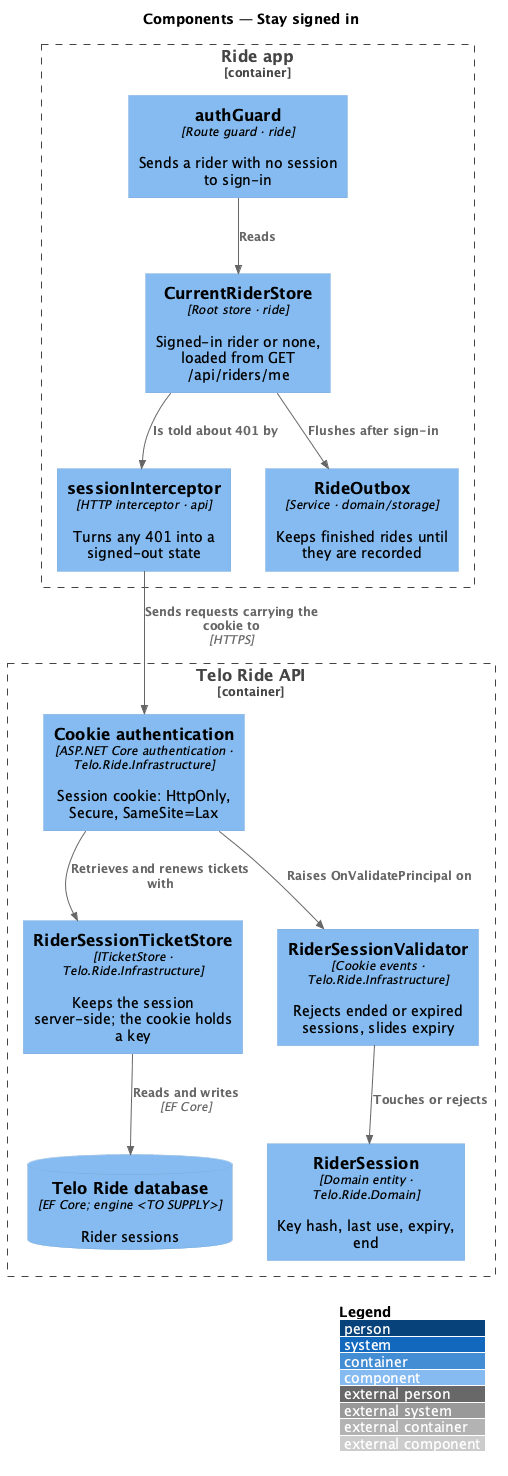
QuinntyneBrown/ride-one keeps this PlantUML diagram as docs/detailed-designs/accounts/stay-signed-in/diagrams/c4-component.png. Above is the earlier version. The source it was exported from:
```plantuml
@startuml
!include <C4/C4_Component>
LAYOUT_WITH_LEGEND()
title Components — Stay signed in
Container_Boundary(app, "Ride app") {
  Component(current, "CurrentRiderStore", "Root store · ride", "Signed-in rider or none, loaded from GET /api/riders/me")
  Component(interceptor, "sessionInterceptor", "HTTP interceptor · api", "Turns any 401 into a signed-out state")
  Component(guard, "authGuard", "Route guard · ride", "Sends a rider with no session to sign-in")
  Component(outbox, "RideOutbox", "Service · domain/storage", "Keeps finished rides until they are recorded")
}
Container_Boundary(api, "Telo Ride API") {
  Component(cookie, "Cookie authentication", "ASP.NET Core authentication · Telo.Ride.Infrastructure", "Session cookie: HttpOnly, Secure, SameSite=Lax")
  Component(store, "RiderSessionTicketStore", "ITicketStore · Telo.Ride.Infrastructure", "Keeps the session server-side; the cookie holds a key")
  Component(validator, "RiderSessionValidator", "Cookie events · Telo.Ride.Infrastructure", "Rejects ended or expired sessions, slides expiry")
  Component(session, "RiderSession", "Domain entity · Telo.Ride.Domain", "Key hash, last use, expiry, end")
  ComponentDb(db, "Telo Ride database", "EF Core; engine <TO SUPPLY>", "Rider sessions")
}
Rel(current, interceptor, "Is told about 401 by")
Rel(guard, current, "Reads")
Rel(current, outbox, "Flushes after sign-in")
Rel(interceptor, cookie, "Sends requests carrying the cookie to", "HTTPS")
Rel(cookie, store, "Retrieves and renews tickets with")
Rel(cookie, validator, "Raises OnValidatePrincipal on")
Rel(validator, session, "Touches or rejects")
Rel(store, db, "Reads and writes", "EF Core")
@enduml
```
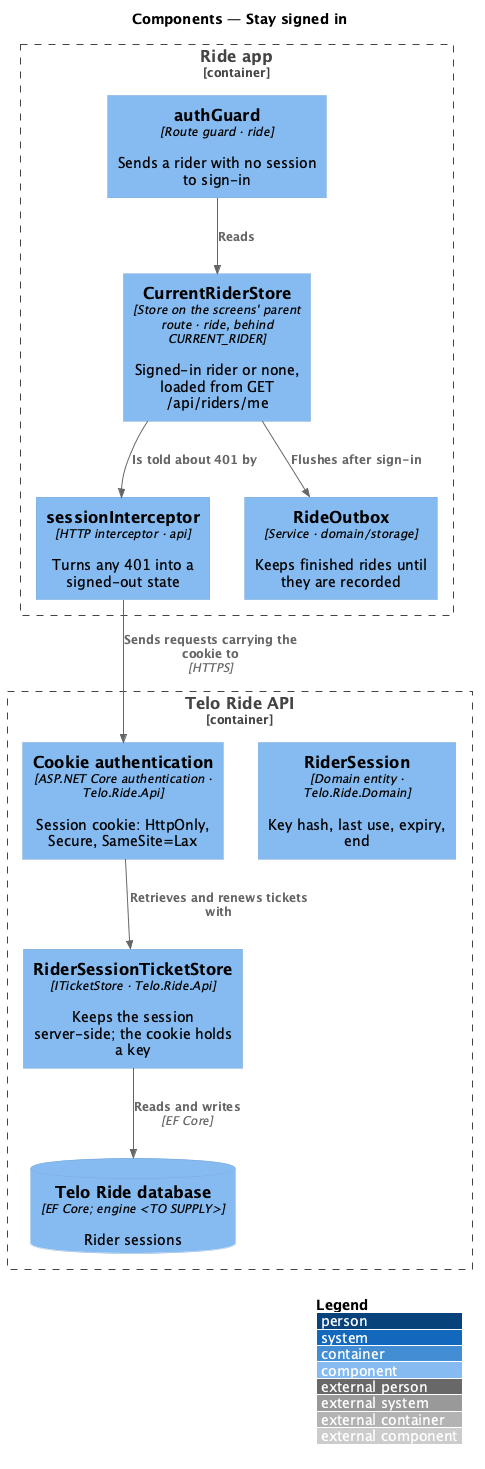
The same file after the commit.

Diff of the diagram source:
```diff
@@ -3,15 +3,14 @@
 LAYOUT_WITH_LEGEND()
 title Components — Stay signed in
 Container_Boundary(app, "Ride app") {
-  Component(current, "CurrentRiderStore", "Root store · ride", "Signed-in rider or none, loaded from GET /api/riders/me")
+  Component(current, "CurrentRiderStore", "Store on the screens' parent route · ride, behind CURRENT_RIDER", "Signed-in rider or none, loaded from GET /api/riders/me")
   Component(interceptor, "sessionInterceptor", "HTTP interceptor · api", "Turns any 401 into a signed-out state")
   Component(guard, "authGuard", "Route guard · ride", "Sends a rider with no session to sign-in")
   Component(outbox, "RideOutbox", "Service · domain/storage", "Keeps finished rides until they are recorded")
 }
 Container_Boundary(api, "Telo Ride API") {
-  Component(cookie, "Cookie authentication", "ASP.NET Core authentication · Telo.Ride.Infrastructure", "Session cookie: HttpOnly, Secure, SameSite=Lax")
-  Component(store, "RiderSessionTicketStore", "ITicketStore · Telo.Ride.Infrastructure", "Keeps the session server-side; the cookie holds a key")
-  Component(validator, "RiderSessionValidator", "Cookie events · Telo.Ride.Infrastructure", "Rejects ended or expired sessions, slides expiry")
+  Component(cookie, "Cookie authentication", "ASP.NET Core authentication · Telo.Ride.Api", "Session cookie: HttpOnly, Secure, SameSite=Lax")
+  Component(store, "RiderSessionTicketStore", "ITicketStore · Telo.Ride.Api", "Keeps the session server-side; the cookie holds a key")
   Component(session, "RiderSession", "Domain entity · Telo.Ride.Domain", "Key hash, last use, expiry, end")
   ComponentDb(db, "Telo Ride database", "EF Core; engine <TO SUPPLY>", "Rider sessions")
 }
@@ -20,7 +19,5 @@
 Rel(current, outbox, "Flushes after sign-in")
 Rel(interceptor, cookie, "Sends requests carrying the cookie to", "HTTPS")
 Rel(cookie, store, "Retrieves and renews tickets with")
-Rel(cookie, validator, "Raises OnValidatePrincipal on")
-Rel(validator, session, "Touches or rejects")
 Rel(store, db, "Reads and writes", "EF Core")
 @enduml
```
